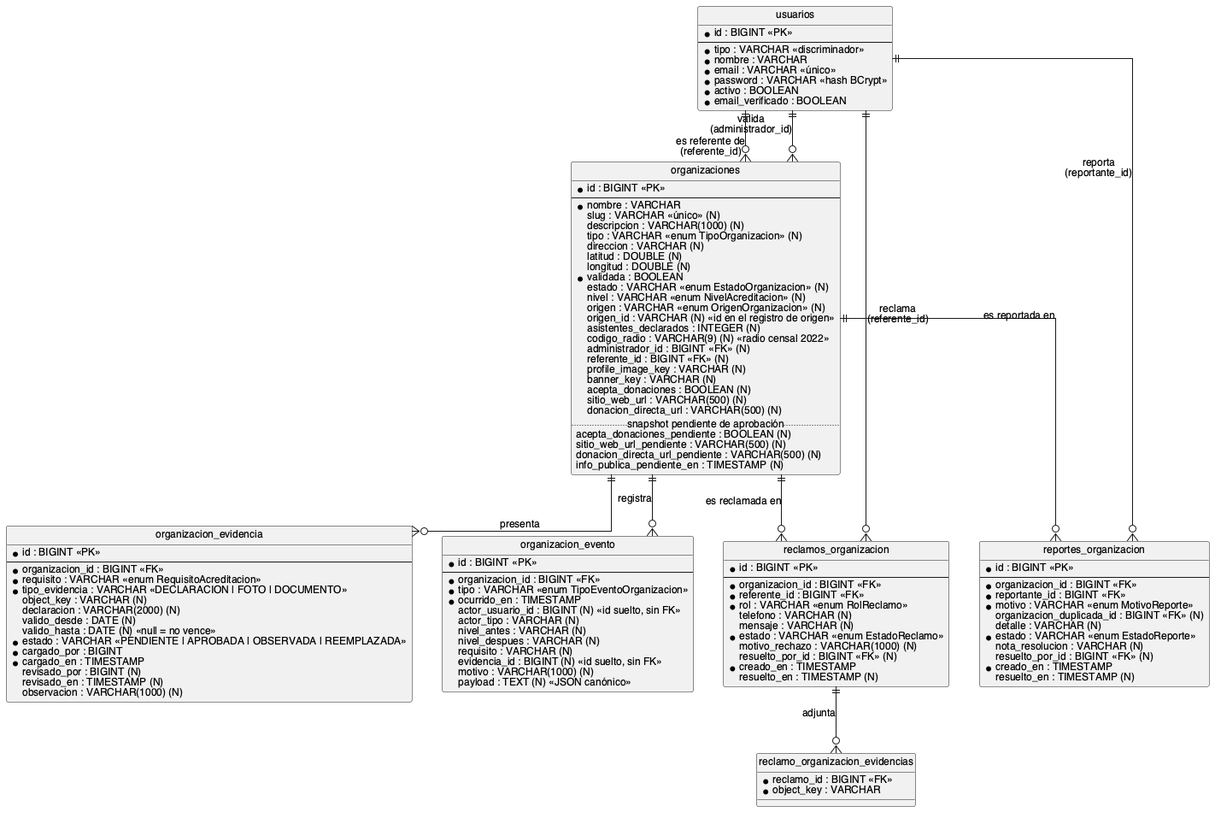
Above: docs/tesis/diagramas/estructura/der-organizacion.png in S21-Projects/hornero_monorepo (PlantUML), before the change. The source it was exported from:
```plantuml
@startuml
hide circle
skinparam linetype ortho
skinparam shadowing false
skinparam defaultFontName Helvetica
skinparam defaultFontSize 12
skinparam entity {
  BackgroundColor #FFFFFF
  BorderColor #444444
  FontColor #111111
}

entity "usuarios" as usuarios {
  * id : BIGINT <<PK>>
  --
  * tipo : VARCHAR <<discriminador>>
  * nombre : VARCHAR
  * email : VARCHAR <<único>>
  * password : VARCHAR <<hash BCrypt>>
  * activo : BOOLEAN
  * email_verificado : BOOLEAN
}

entity "organizaciones" as organizaciones {
  * id : BIGINT <<PK>>
  --
  * nombre : VARCHAR
  slug : VARCHAR <<único>> (N)
  descripcion : VARCHAR(1000) (N)
  tipo : VARCHAR <<enum TipoOrganizacion>> (N)
  direccion : VARCHAR (N)
  latitud : DOUBLE (N)
  longitud : DOUBLE (N)
  * validada : BOOLEAN
  estado : VARCHAR <<enum EstadoOrganizacion>> (N)
  nivel : VARCHAR <<enum NivelAcreditacion>> (N)
  origen : VARCHAR <<enum OrigenOrganizacion>> (N)
  origen_id : VARCHAR (N) <<id en el registro de origen>>
  asistentes_declarados : INTEGER (N)
  codigo_radio : VARCHAR(9) (N) <<radio censal 2022>>
  administrador_id : BIGINT <<FK>> (N)
  referente_id : BIGINT <<FK>> (N)
  profile_image_key : VARCHAR (N)
  banner_key : VARCHAR (N)
  acepta_donaciones : BOOLEAN (N)
  sitio_web_url : VARCHAR(500) (N)
  donacion_directa_url : VARCHAR(500) (N)
  .. snapshot pendiente de aprobación ..
  acepta_donaciones_pendiente : BOOLEAN (N)
  sitio_web_url_pendiente : VARCHAR(500) (N)
  donacion_directa_url_pendiente : VARCHAR(500) (N)
  info_publica_pendiente_en : TIMESTAMP (N)
}

entity "organizacion_evidencia" as evidencia {
  * id : BIGINT <<PK>>
  --
  * organizacion_id : BIGINT <<FK>>
  * requisito : VARCHAR <<enum RequisitoAcreditacion>>
  * tipo_evidencia : VARCHAR <<DECLARACION | FOTO | DOCUMENTO>>
  object_key : VARCHAR (N)
  declaracion : VARCHAR(2000) (N)
  valido_desde : DATE (N)
  valido_hasta : DATE (N) <<null = no vence>>
  * estado : VARCHAR <<PENDIENTE | APROBADA | OBSERVADA | REEMPLAZADA>>
  * cargado_por : BIGINT
  * cargado_en : TIMESTAMP
  revisado_por : BIGINT (N)
  revisado_en : TIMESTAMP (N)
  observacion : VARCHAR(1000) (N)
}

entity "organizacion_evento" as evento {
  * id : BIGINT <<PK>>
  --
  * organizacion_id : BIGINT <<FK>>
  * tipo : VARCHAR <<enum TipoEventoOrganizacion>>
  * ocurrido_en : TIMESTAMP
  actor_usuario_id : BIGINT (N) <<id suelto, sin FK>>
  actor_tipo : VARCHAR (N)
  nivel_antes : VARCHAR (N)
  nivel_despues : VARCHAR (N)
  requisito : VARCHAR (N)
  evidencia_id : BIGINT (N) <<id suelto, sin FK>>
  motivo : VARCHAR(1000) (N)
  payload : TEXT (N) <<JSON canónico>>
}

entity "reclamos_organizacion" as reclamos {
  * id : BIGINT <<PK>>
  --
  * organizacion_id : BIGINT <<FK>>
  * referente_id : BIGINT <<FK>>
  * rol : VARCHAR <<enum RolReclamo>>
  telefono : VARCHAR (N)
  mensaje : VARCHAR (N)
  * estado : VARCHAR <<enum EstadoReclamo>>
  motivo_rechazo : VARCHAR(1000) (N)
  resuelto_por_id : BIGINT <<FK>> (N)
  * creado_en : TIMESTAMP
  resuelto_en : TIMESTAMP (N)
}

entity "reclamo_organizacion_evidencias" as reclamoEvidencias {
  * reclamo_id : BIGINT <<FK>>
  * object_key : VARCHAR
}

entity "reportes_organizacion" as reportes {
  * id : BIGINT <<PK>>
  --
  * organizacion_id : BIGINT <<FK>>
  * reportante_id : BIGINT <<FK>>
  * motivo : VARCHAR <<enum MotivoReporte>>
  organizacion_duplicada_id : BIGINT <<FK>> (N)
  detalle : VARCHAR (N)
  * estado : VARCHAR <<enum EstadoReporte>>
  nota_resolucion : VARCHAR (N)
  resuelto_por_id : BIGINT <<FK>> (N)
  * creado_en : TIMESTAMP
  resuelto_en : TIMESTAMP (N)
}

usuarios ||--o{ organizaciones : "valida\n(administrador_id)"
usuarios ||--o{ organizaciones : "es referente de\n(referente_id)"
organizaciones ||--o{ evidencia : "presenta"
organizaciones ||--o{ evento : "registra"
organizaciones ||--o{ reclamos : "es reclamada en"
usuarios ||--o{ reclamos : "reclama\n(referente_id)"
reclamos ||--o{ reclamoEvidencias : "adjunta"
organizaciones ||--o{ reportes : "es reportada en"
usuarios ||--o{ reportes : "reporta\n(reportante_id)"

@enduml
```
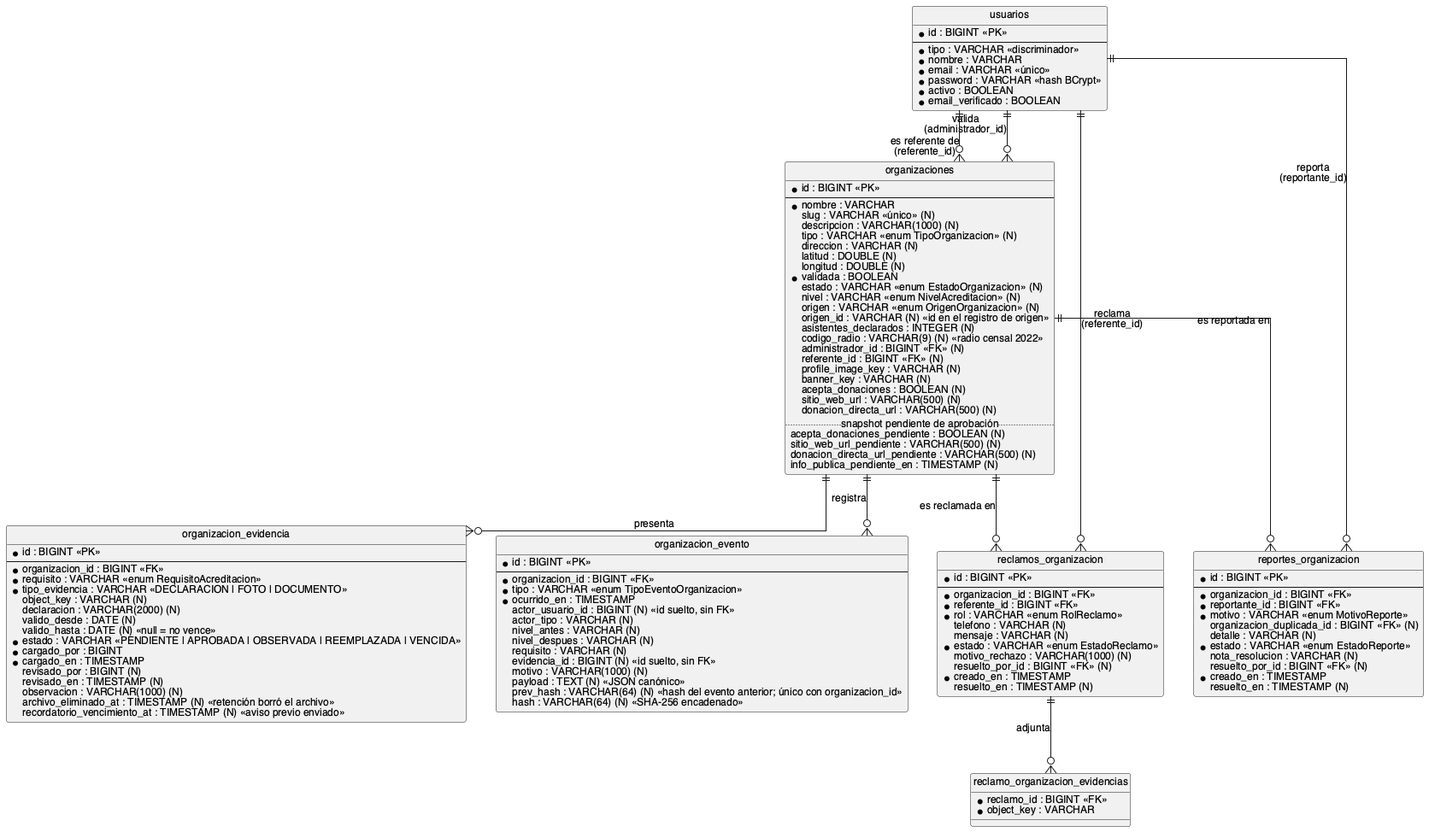
Above is the later version.

Commit message:
docs(tfg): add hash chain, evidence retention fields and expiry to the data model diagrams (B2)

The edit, as a diff of the source:
```diff
@@ -62,12 +62,14 @@
   declaracion : VARCHAR(2000) (N)
   valido_desde : DATE (N)
   valido_hasta : DATE (N) <<null = no vence>>
-  * estado : VARCHAR <<PENDIENTE | APROBADA | OBSERVADA | REEMPLAZADA>>
+  * estado : VARCHAR <<PENDIENTE | APROBADA | OBSERVADA | REEMPLAZADA | VENCIDA>>
   * cargado_por : BIGINT
   * cargado_en : TIMESTAMP
   revisado_por : BIGINT (N)
   revisado_en : TIMESTAMP (N)
   observacion : VARCHAR(1000) (N)
+  archivo_eliminado_at : TIMESTAMP (N) <<retención borró el archivo>>
+  recordatorio_vencimiento_at : TIMESTAMP (N) <<aviso previo enviado>>
 }
 
 entity "organizacion_evento" as evento {
@@ -84,6 +86,8 @@
   evidencia_id : BIGINT (N) <<id suelto, sin FK>>
   motivo : VARCHAR(1000) (N)
   payload : TEXT (N) <<JSON canónico>>
+  prev_hash : VARCHAR(64) (N) <<hash del evento anterior; único con organizacion_id>>
+  hash : VARCHAR(64) (N) <<SHA-256 encadenado>>
 }
 
 entity "reclamos_organizacion" as reclamos {
```
